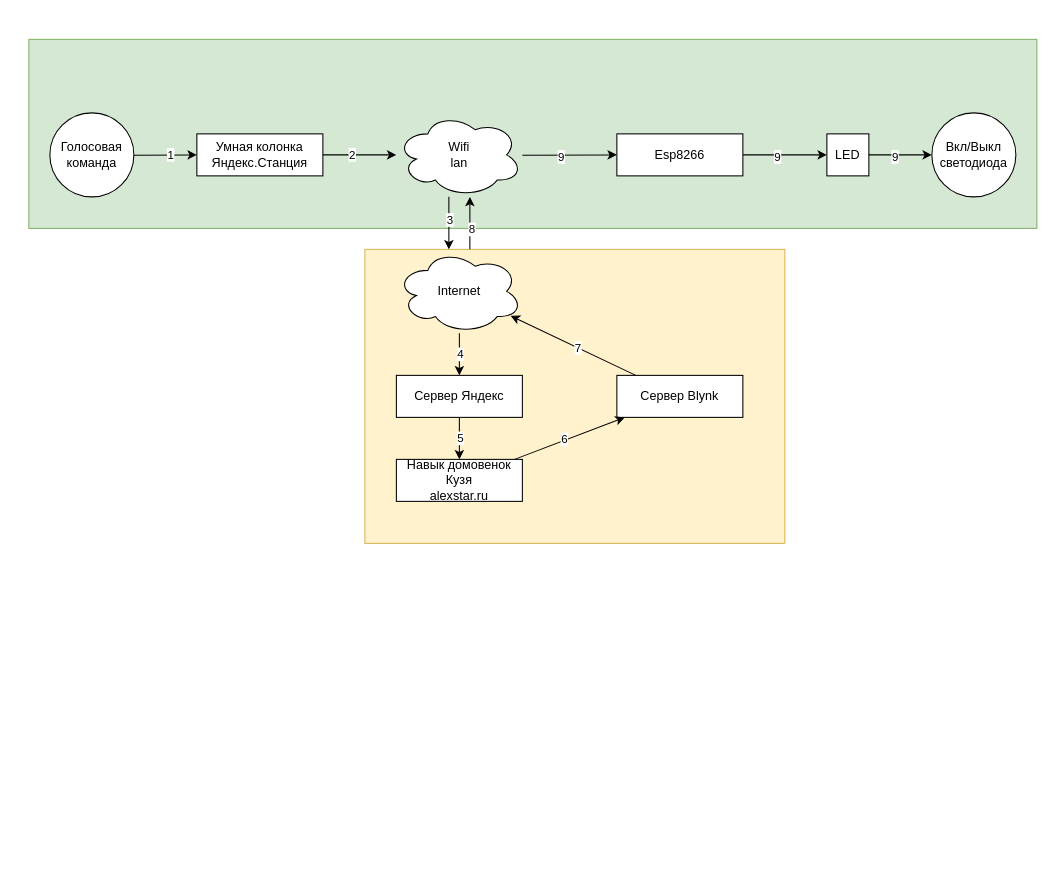
Above: diagrams/AliceLED.drawio in petrpk01/AliceLED (draw.io), before the change. Source tidied: cells renumbered, new cells numbered last; positions are measured from the earlier drawing's top-left corner, leaving out a move shared by most shapes. Both pictures are drawn from the tidied source at 105%, with x=0, y=0 at pixel (28, 39).
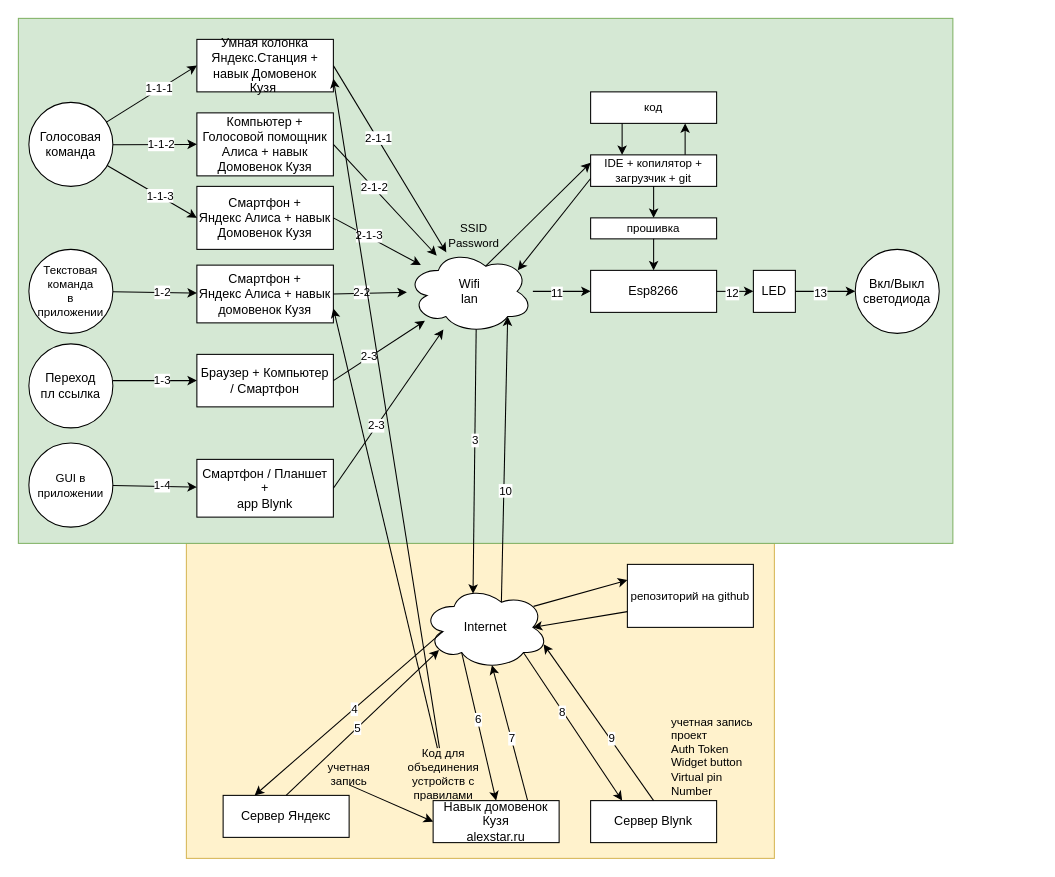
Above is the later version.

Change to the diagram source:
```diff
@@
-    <mxCell id="2" style="rounded=0;whiteSpace=wrap;html=1;align=center;fillColor=#fff2cc;strokeColor=#d6b656;" parent="1" vertex="1">
-      <mxGeometry x="320" y="200" width="400" height="280" as="geometry" />
-    </mxCell>
+    <mxCell id="36" style="rounded=0;whiteSpace=wrap;html=1;fontSize=11;fillColor=#fff2cc;strokeColor=#d6b656;" parent="1" vertex="1">
+      <mxGeometry x="150" y="480" width="560" height="300" as="geometry" />
+    </mxCell>
     <mxCell id="3" style="rounded=0;whiteSpace=wrap;html=1;align=center;fillColor=#d5e8d4;strokeColor=#82b366;" parent="1" vertex="1">
-      <mxGeometry width="960" height="180" as="geometry" />
+      <mxGeometry x="-10" y="-20" width="890" height="500" as="geometry" />
     </mxCell>
-    <mxCell id="4" value="Умная колонка Яндекс.Станция" style="rounded=0;whiteSpace=wrap;html=1;" parent="1" vertex="1">
-      <mxGeometry x="160" y="90" width="120" height="40" as="geometry" />
+    <mxCell id="4" value="Умная колонка Яндекс.Станция + навык Домовенок Кузя&amp;nbsp;" style="rounded=0;whiteSpace=wrap;html=1;" parent="1" vertex="1">
+      <mxGeometry x="160" width="130" height="50" as="geometry" />
     </mxCell>
     <mxCell id="5" value="Сервер Яндекc" style="rounded=0;whiteSpace=wrap;html=1;" parent="1" vertex="1">
-      <mxGeometry x="350" y="320" width="120" height="40" as="geometry" />
+      <mxGeometry x="185" y="720" width="120" height="40" as="geometry" />
     </mxCell>
     <mxCell id="6" value="Wifi&lt;br&gt;lan" style="ellipse;shape=cloud;whiteSpace=wrap;html=1;" parent="1" vertex="1">
-      <mxGeometry x="350" y="70" width="120" height="80" as="geometry" />
+      <mxGeometry x="360" y="200" width="120" height="80" as="geometry" />
     </mxCell>
     <mxCell id="7" value="Internet" style="ellipse;shape=cloud;whiteSpace=wrap;html=1;" parent="1" vertex="1">
-      <mxGeometry x="350" y="200" width="120" height="80" as="geometry" />
+      <mxGeometry x="375" y="520" width="120" height="80" as="geometry" />
     </mxCell>
-    <mxCell id="8" style="endArrow=classic;html=1;" parent="1" edge="1" source="30" target="4">
+    <mxCell id="8" style="endArrow=classic;html=1;entryX=0;entryY=0.5;entryDx=0;entryDy=0;" parent="1" edge="1" source="30" target="4">
       <mxGeometry relative="1" as="geometry" />
     </mxCell>
-    <mxCell id="9" value="1" style="edgeLabel;html=1;align=center;verticalAlign=middle;" parent="8" vertex="1">
+    <mxCell id="9" value="1-1-1" style="edgeLabel;html=1;align=center;verticalAlign=middle;" parent="8" vertex="1">
       <mxGeometry x="0.16" y="1" relative="1" as="geometry" />
     </mxCell>
-    <mxCell id="10" style="endArrow=classic;html=1;" parent="1" edge="1" source="4" target="6">
+    <mxCell id="10" style="endArrow=classic;html=1;exitX=1;exitY=0.5;exitDx=0;exitDy=0;" parent="1" edge="1" source="4" target="6">
       <mxGeometry relative="1" as="geometry" />
     </mxCell>
-    <mxCell id="11" value="2" style="edgeLabel;html=1;align=center;verticalAlign=middle;" parent="10" vertex="1">
+    <mxCell id="11" value="2-1-1" style="edgeLabel;html=1;align=center;verticalAlign=middle;" parent="10" vertex="1">
       <mxGeometry x="-0.22" y="1" relative="1" as="geometry" />
     </mxCell>
-    <mxCell id="12" style="endArrow=classic;html=1;" parent="1" edge="1">
-      <mxGeometry relative="1" as="geometry">
-        <mxPoint x="400" y="150" as="sourcePoint" />
-        <mxPoint x="400" y="200" as="targetPoint" />
-      </mxGeometry>
+    <mxCell id="12" style="endArrow=classic;html=1;entryX=0.4;entryY=0.1;entryDx=0;entryDy=0;entryPerimeter=0;exitX=0.55;exitY=0.95;exitDx=0;exitDy=0;exitPerimeter=0;" parent="1" edge="1" source="6" target="7">
+      <mxGeometry relative="1" as="geometry" />
     </mxCell>
@@
     <mxCell id="14" value="Сервер Blynk" style="rounded=0;whiteSpace=wrap;html=1;" parent="1" vertex="1">
-      <mxGeometry x="560" y="320" width="120" height="40" as="geometry" />
+      <mxGeometry x="535" y="725" width="120" height="40" as="geometry" />
     </mxCell>
     <mxCell id="15" value="Esp8266" style="rounded=0;whiteSpace=wrap;html=1;" parent="1" vertex="1">
-      <mxGeometry x="560" y="90" width="120" height="40" as="geometry" />
+      <mxGeometry x="535" y="220" width="120" height="40" as="geometry" />
     </mxCell>
-    <mxCell id="16" style="endArrow=classic;html=1;" parent="1" edge="1" source="7" target="5">
+    <mxCell id="16" style="endArrow=classic;html=1;exitX=0.16;exitY=0.55;exitDx=0;exitDy=0;exitPerimeter=0;entryX=0.25;entryY=0;entryDx=0;entryDy=0;" parent="1" edge="1" source="7" target="5">
       <mxGeometry relative="1" as="geometry" />
     </mxCell>
@@
-    <mxCell id="18" style="endArrow=classic;html=1;" parent="1" edge="1" source="5" target="27">
+    <mxCell id="18" style="endArrow=classic;html=1;entryX=0.13;entryY=0.77;entryDx=0;entryDy=0;entryPerimeter=0;exitX=0.5;exitY=0;exitDx=0;exitDy=0;" parent="1" edge="1" source="5" target="7">
       <mxGeometry relative="1" as="geometry" />
     </mxCell>
@@
-    <mxCell id="20" style="endArrow=classic;html=1;" parent="1" edge="1" source="27" target="14">
+    <mxCell id="20" style="endArrow=classic;html=1;exitX=0.31;exitY=0.8;exitDx=0;exitDy=0;exitPerimeter=0;entryX=0.5;entryY=0;entryDx=0;entryDy=0;" parent="1" edge="1" source="7" target="27">
       <mxGeometry relative="1" as="geometry" />
     </mxCell>
@@
-    <mxCell id="22" style="endArrow=classic;html=1;" parent="1" edge="1" source="14" target="7">
+    <mxCell id="22" style="endArrow=classic;html=1;exitX=0.75;exitY=0;exitDx=0;exitDy=0;entryX=0.55;entryY=0.95;entryDx=0;entryDy=0;entryPerimeter=0;" parent="1" edge="1" source="27" target="7">
       <mxGeometry relative="1" as="geometry" />
     </mxCell>
@@
     <mxCell id="24" value="LED" style="rounded=0;whiteSpace=wrap;html=1;" parent="1" vertex="1">
-      <mxGeometry x="760" y="90" width="40" height="40" as="geometry" />
+      <mxGeometry x="690" y="220" width="40" height="40" as="geometry" />
     </mxCell>
-    <mxCell id="25" style="endArrow=classic;html=1;" parent="1" edge="1">
-      <mxGeometry relative="1" as="geometry">
-        <mxPoint x="420" y="200" as="sourcePoint" />
-        <mxPoint x="420" y="150" as="targetPoint" />
-      </mxGeometry>
+    <mxCell id="25" style="endArrow=classic;html=1;entryX=0.25;entryY=0;entryDx=0;entryDy=0;exitX=0.8;exitY=0.8;exitDx=0;exitDy=0;exitPerimeter=0;" parent="1" edge="1" source="7" target="14">
+      <mxGeometry relative="1" as="geometry" />
     </mxCell>
@@
     <mxCell id="27" value="Навык домовенок Кузя&lt;br&gt;alexstar.ru" style="rounded=0;whiteSpace=wrap;html=1;" parent="1" vertex="1">
-      <mxGeometry x="350" y="400" width="120" height="40" as="geometry" />
+      <mxGeometry x="385" y="725" width="120" height="40" as="geometry" />
     </mxCell>
-    <mxCell id="28" style="endArrow=classic;html=1;" parent="1" edge="1" source="6" target="15">
+    <mxCell id="28" style="endArrow=classic;html=1;exitX=0.5;exitY=0;exitDx=0;exitDy=0;entryX=0.96;entryY=0.7;entryDx=0;entryDy=0;entryPerimeter=0;" parent="1" edge="1" source="14" target="7">
       <mxGeometry relative="1" as="geometry" />
     </mxCell>
@@
     <mxCell id="30" value="&lt;span&gt;Голосовая&lt;/span&gt;&lt;br&gt;&lt;div&gt;&lt;span&gt;команда&lt;/span&gt;&lt;/div&gt;" style="ellipse;whiteSpace=wrap;html=1;align=center;" parent="1" vertex="1">
-      <mxGeometry x="20" y="70" width="80" height="80" as="geometry" />
+      <mxGeometry y="60" width="80" height="80" as="geometry" />
     </mxCell>
-    <mxCell id="31" style="endArrow=classic;html=1;" parent="1" edge="1" source="15" target="24">
+    <mxCell id="31" style="endArrow=classic;html=1;entryX=0.8;entryY=0.8;entryDx=0;entryDy=0;entryPerimeter=0;exitX=0.625;exitY=0.2;exitDx=0;exitDy=0;exitPerimeter=0;" parent="1" edge="1" source="7" target="6">
       <mxGeometry relative="1" as="geometry" />
     </mxCell>
-    <mxCell id="32" value="9" style="edgeLabel;html=1;align=center;verticalAlign=middle;" parent="31" vertex="1">
+    <mxCell id="32" value="10" style="edgeLabel;html=1;align=center;verticalAlign=middle;" parent="31" vertex="1">
       <mxGeometry x="-0.21" y="-1" relative="1" as="geometry" />
     </mxCell>
-    <mxCell id="33" style="endArrow=classic;html=1;" parent="1" edge="1" source="24" target="35">
+    <mxCell id="33" style="endArrow=classic;html=1;entryX=0;entryY=0.5;entryDx=0;entryDy=0;" parent="1" edge="1" source="6" target="15">
       <mxGeometry relative="1" as="geometry" />
     </mxCell>
-    <mxCell id="34" value="9" style="edgeLabel;html=1;align=center;verticalAlign=middle;" parent="33" vertex="1">
+    <mxCell id="34" value="11" style="edgeLabel;html=1;align=center;verticalAlign=middle;" parent="33" vertex="1">
       <mxGeometry x="-0.21" y="-1" relative="1" as="geometry" />
     </mxCell>
     <mxCell id="35" value="&lt;span style=&quot;text-align: left&quot;&gt;Вкл/Выкл светодиода&lt;/span&gt;" style="ellipse;whiteSpace=wrap;html=1;align=center;" parent="1" vertex="1">
-      <mxGeometry x="860" y="70" width="80" height="80" as="geometry" />
+      <mxGeometry x="787" y="200" width="80" height="80" as="geometry" />
     </mxCell>
+    <mxCell id="37" style="endArrow=classic;html=1;" parent="1" edge="1" source="15" target="24">
+      <mxGeometry relative="1" as="geometry" />
+    </mxCell>
+    <mxCell id="38" value="12" style="edgeLabel;html=1;align=center;verticalAlign=middle;" parent="37" vertex="1">
+      <mxGeometry x="-0.21" y="-1" relative="1" as="geometry" />
+    </mxCell>
+    <mxCell id="39" style="endArrow=classic;html=1;" parent="1" edge="1" source="24" target="35">
+      <mxGeometry relative="1" as="geometry" />
+    </mxCell>
+    <mxCell id="40" value="13" style="edgeLabel;html=1;align=center;verticalAlign=middle;" parent="39" vertex="1">
+      <mxGeometry x="-0.21" y="-1" relative="1" as="geometry" />
+    </mxCell>
+    <mxCell id="41" value="Смартфон +&lt;br&gt;Яндекс Алиса + навык Домовенок Кузя" style="rounded=0;whiteSpace=wrap;html=1;" parent="1" vertex="1">
+      <mxGeometry x="160" y="140" width="130" height="60" as="geometry" />
+    </mxCell>
+    <mxCell id="42" value="Компьютер + Голосовой помощник Алиса + навык Домовенок Кузя" style="rounded=0;whiteSpace=wrap;html=1;" parent="1" vertex="1">
+      <mxGeometry x="160" y="70" width="130" height="60" as="geometry" />
+    </mxCell>
+    <mxCell id="43" style="endArrow=classic;html=1;entryX=0;entryY=0.5;entryDx=0;entryDy=0;" parent="1" edge="1" source="30" target="41">
+      <mxGeometry relative="1" as="geometry" />
+    </mxCell>
+    <mxCell id="44" value="1-1-3" style="edgeLabel;html=1;align=center;verticalAlign=middle;" parent="43" vertex="1">
+      <mxGeometry x="0.16" y="1" relative="1" as="geometry" />
+    </mxCell>
+    <mxCell id="45" style="endArrow=classic;html=1;entryX=0;entryY=0.5;entryDx=0;entryDy=0;" parent="1" edge="1" source="30" target="42">
+      <mxGeometry relative="1" as="geometry" />
+    </mxCell>
+    <mxCell id="46" value="1-1-2" style="edgeLabel;html=1;align=center;verticalAlign=middle;" parent="45" vertex="1">
+      <mxGeometry x="0.16" y="1" relative="1" as="geometry" />
+    </mxCell>
+    <mxCell id="47" style="endArrow=classic;html=1;exitX=1;exitY=0.5;exitDx=0;exitDy=0;" parent="1" edge="1" source="41" target="6">
+      <mxGeometry relative="1" as="geometry" />
+    </mxCell>
+    <mxCell id="48" value="2-1-3" style="edgeLabel;html=1;align=center;verticalAlign=middle;" parent="47" vertex="1">
+      <mxGeometry x="-0.22" y="1" relative="1" as="geometry" />
+    </mxCell>
+    <mxCell id="49" style="endArrow=classic;html=1;exitX=1;exitY=0.5;exitDx=0;exitDy=0;" parent="1" edge="1" source="42" target="6">
+      <mxGeometry relative="1" as="geometry" />
+    </mxCell>
+    <mxCell id="50" value="2-1-2" style="edgeLabel;html=1;align=center;verticalAlign=middle;" parent="49" vertex="1">
+      <mxGeometry x="-0.22" y="1" relative="1" as="geometry" />
+    </mxCell>
+    <mxCell id="51" value="Текстовая команда&lt;br style=&quot;font-size: 11px;&quot;&gt;в &lt;br style=&quot;font-size: 11px;&quot;&gt;приложении" style="ellipse;whiteSpace=wrap;html=1;align=center;fontSize=11;" parent="1" vertex="1">
+      <mxGeometry y="200" width="80" height="80" as="geometry" />
+    </mxCell>
+    <mxCell id="52" value="Смартфон +&lt;br&gt;Яндекс Алиса + навык домовенок Кузя" style="rounded=0;whiteSpace=wrap;html=1;" parent="1" vertex="1">
+      <mxGeometry x="160" y="215" width="130" height="55" as="geometry" />
+    </mxCell>
+    <mxCell id="53" style="endArrow=classic;html=1;" parent="1" edge="1" source="51" target="52">
+      <mxGeometry relative="1" as="geometry" />
+    </mxCell>
+    <mxCell id="54" value="1-2" style="edgeLabel;html=1;align=center;verticalAlign=middle;" parent="53" vertex="1">
+      <mxGeometry x="0.16" y="1" relative="1" as="geometry" />
+    </mxCell>
+    <mxCell id="55" style="endArrow=classic;html=1;exitX=1;exitY=0.5;exitDx=0;exitDy=0;" parent="1" edge="1" source="52" target="6">
+      <mxGeometry relative="1" as="geometry" />
+    </mxCell>
+    <mxCell id="56" value="2-2" style="edgeLabel;html=1;align=center;verticalAlign=middle;" parent="55" vertex="1">
+      <mxGeometry x="-0.22" y="1" relative="1" as="geometry" />
+    </mxCell>
+    <mxCell id="57" value="Переход&lt;br&gt;пл ссылка" style="ellipse;whiteSpace=wrap;html=1;align=center;" parent="1" vertex="1">
+      <mxGeometry y="290" width="80" height="80" as="geometry" />
+    </mxCell>
+    <mxCell id="58" value="Браузер + Компьютер / Смартфон" style="rounded=0;whiteSpace=wrap;html=1;" parent="1" vertex="1">
+      <mxGeometry x="160" y="300" width="130" height="50" as="geometry" />
+    </mxCell>
+    <mxCell id="59" style="endArrow=classic;html=1;entryX=0;entryY=0.5;entryDx=0;entryDy=0;" parent="1" edge="1" target="58">
+      <mxGeometry relative="1" as="geometry">
+        <mxPoint x="80" y="325" as="sourcePoint" />
+      </mxGeometry>
+    </mxCell>
+    <mxCell id="60" value="1-3" style="edgeLabel;html=1;align=center;verticalAlign=middle;" parent="59" vertex="1">
+      <mxGeometry x="0.16" y="1" relative="1" as="geometry" />
+    </mxCell>
+    <mxCell id="61" style="endArrow=classic;html=1;exitX=1;exitY=0.5;exitDx=0;exitDy=0;" parent="1" edge="1" source="58" target="6">
+      <mxGeometry relative="1" as="geometry" />
+    </mxCell>
+    <mxCell id="62" value="2-3" style="edgeLabel;html=1;align=center;verticalAlign=middle;" parent="61" vertex="1">
+      <mxGeometry x="-0.22" y="1" relative="1" as="geometry" />
+    </mxCell>
+    <mxCell id="63" value="SSID&lt;br&gt;Password" style="text;html=1;strokeColor=none;fillColor=none;align=center;verticalAlign=middle;whiteSpace=wrap;rounded=0;fontSize=11;" parent="1" vertex="1">
+      <mxGeometry x="404" y="177" width="40" height="20" as="geometry" />
+    </mxCell>
+    <mxCell id="64" value="учетная запись&lt;br&gt;проект&lt;br&gt;Auth Token&lt;br&gt;Widget button&lt;br&gt;Virtual pin Number" style="text;html=1;strokeColor=none;fillColor=none;align=left;verticalAlign=bottom;whiteSpace=wrap;rounded=0;fontSize=11;" parent="1" vertex="1">
+      <mxGeometry x="610" y="640" width="90" height="85" as="geometry" />
+    </mxCell>
+    <mxCell id="65" value="Код для объединения устройств c правилами" style="text;html=1;strokeColor=none;fillColor=none;align=center;verticalAlign=middle;whiteSpace=wrap;rounded=0;fontSize=11;" parent="1" vertex="1">
+      <mxGeometry x="355" y="675" width="80" height="50" as="geometry" />
+    </mxCell>
+    <mxCell id="66" value="учетная запись" style="text;html=1;strokeColor=none;fillColor=none;align=center;verticalAlign=middle;whiteSpace=wrap;rounded=0;fontSize=11;" parent="1" vertex="1">
+      <mxGeometry x="285" y="690" width="40" height="20" as="geometry" />
+    </mxCell>
+    <mxCell id="67" value="GUI в приложении" style="ellipse;whiteSpace=wrap;html=1;align=center;fontSize=11;" parent="1" vertex="1">
+      <mxGeometry y="384.5" width="80" height="80" as="geometry" />
+    </mxCell>
+    <mxCell id="68" value="Смартфон / Планшет +&lt;br&gt;app Blynk" style="rounded=0;whiteSpace=wrap;html=1;" parent="1" vertex="1">
+      <mxGeometry x="160" y="400" width="130" height="55" as="geometry" />
+    </mxCell>
+    <mxCell id="69" style="endArrow=classic;html=1;" parent="1" edge="1" source="67" target="68">
+      <mxGeometry relative="1" as="geometry" />
+    </mxCell>
+    <mxCell id="70" value="1-4" style="edgeLabel;html=1;align=center;verticalAlign=middle;" parent="69" vertex="1">
+      <mxGeometry x="0.16" y="1" relative="1" as="geometry" />
+    </mxCell>
+    <mxCell id="71" style="endArrow=classic;html=1;exitX=1;exitY=0.5;exitDx=0;exitDy=0;" parent="1" edge="1" source="68" target="6">
+      <mxGeometry relative="1" as="geometry" />
+    </mxCell>
+    <mxCell id="72" value="2-3" style="edgeLabel;html=1;align=center;verticalAlign=middle;" parent="71" vertex="1">
+      <mxGeometry x="-0.22" y="1" relative="1" as="geometry" />
+    </mxCell>
+    <mxCell id="73" style="endArrow=classic;html=1;fontSize=11;exitX=0.5;exitY=1;exitDx=0;exitDy=0;entryX=0;entryY=0.5;entryDx=0;entryDy=0;" parent="1" edge="1" source="66" target="27">
+      <mxGeometry relative="1" as="geometry" />
+    </mxCell>
+    <mxCell id="74" style="endArrow=classic;html=1;fontSize=11;entryX=1;entryY=0.75;entryDx=0;entryDy=0;" parent="1" edge="1" source="65" target="4">
+      <mxGeometry relative="1" as="geometry" />
+    </mxCell>
+    <mxCell id="75" style="endArrow=classic;html=1;fontSize=11;entryX=1;entryY=0.75;entryDx=0;entryDy=0;" parent="1" edge="1" source="65" target="52">
+      <mxGeometry relative="1" as="geometry" />
+    </mxCell>
+    <mxCell id="76" value="прошивка" style="rounded=0;whiteSpace=wrap;html=1;fontSize=11;align=center;" parent="1" vertex="1">
+      <mxGeometry x="535" y="170" width="120" height="20" as="geometry" />
+    </mxCell>
+    <mxCell id="77" value="код" style="rounded=0;whiteSpace=wrap;html=1;fontSize=11;align=center;" parent="1" vertex="1">
+      <mxGeometry x="535" y="50" width="120" height="30" as="geometry" />
+    </mxCell>
+    <mxCell id="78" value="IDE + копилятор + загрузчик + git" style="rounded=0;whiteSpace=wrap;html=1;fontSize=11;align=center;" parent="1" vertex="1">
+      <mxGeometry x="535" y="110" width="120" height="30" as="geometry" />
+    </mxCell>
+    <mxCell id="79" value="репозиторий на github" style="rounded=0;whiteSpace=wrap;html=1;fontSize=11;align=center;" parent="1" vertex="1">
+      <mxGeometry x="570" y="500" width="120" height="60" as="geometry" />
+    </mxCell>
+    <mxCell id="80" style="endArrow=classic;html=1;fontSize=11;exitX=0;exitY=0.75;exitDx=0;exitDy=0;entryX=0.875;entryY=0.5;entryDx=0;entryDy=0;entryPerimeter=0;" parent="1" edge="1" source="79" target="7">
+      <mxGeometry relative="1" as="geometry" />
+    </mxCell>
+    <mxCell id="81" style="endArrow=classic;html=1;fontSize=11;exitX=0.88;exitY=0.25;exitDx=0;exitDy=0;exitPerimeter=0;entryX=0;entryY=0.25;entryDx=0;entryDy=0;" parent="1" edge="1" source="7" target="79">
+      <mxGeometry relative="1" as="geometry" />
+    </mxCell>
+    <mxCell id="82" style="endArrow=classic;html=1;fontSize=11;exitX=0.5;exitY=1;exitDx=0;exitDy=0;" parent="1" edge="1" source="76" target="15">
+      <mxGeometry relative="1" as="geometry" />
+    </mxCell>
+    <mxCell id="83" style="endArrow=classic;html=1;fontSize=11;exitX=0.5;exitY=1;exitDx=0;exitDy=0;" parent="1" edge="1" source="78" target="76">
+      <mxGeometry relative="1" as="geometry" />
+    </mxCell>
+    <mxCell id="84" style="endArrow=classic;html=1;fontSize=11;exitX=0;exitY=0.75;exitDx=0;exitDy=0;entryX=0.88;entryY=0.25;entryDx=0;entryDy=0;entryPerimeter=0;" parent="1" edge="1" source="78" target="6">
+      <mxGeometry relative="1" as="geometry" />
+    </mxCell>
+    <mxCell id="85" style="endArrow=classic;html=1;fontSize=11;exitX=0.625;exitY=0.2;exitDx=0;exitDy=0;exitPerimeter=0;entryX=0;entryY=0.25;entryDx=0;entryDy=0;" parent="1" edge="1" source="6" target="78">
+      <mxGeometry relative="1" as="geometry" />
+    </mxCell>
+    <mxCell id="86" style="endArrow=classic;html=1;fontSize=11;exitX=0.75;exitY=0;exitDx=0;exitDy=0;entryX=0.75;entryY=1;entryDx=0;entryDy=0;" parent="1" edge="1" source="78" target="77">
+      <mxGeometry relative="1" as="geometry" />
+    </mxCell>
+    <mxCell id="87" style="endArrow=classic;html=1;fontSize=11;exitX=0.25;exitY=1;exitDx=0;exitDy=0;entryX=0.25;entryY=0;entryDx=0;entryDy=0;" parent="1" edge="1" source="77" target="78">
+      <mxGeometry relative="1" as="geometry" />
+    </mxCell>
```
